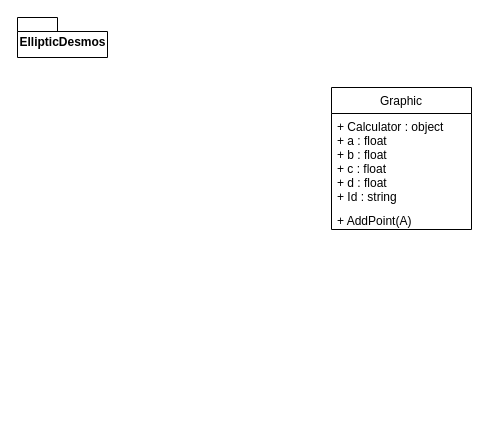
This is page "InterfaceGraphique" (1 of 3) of Untitled Diagram.drawio from 0xtter/ExplorateurElliptique, a draw.io file, before an edit. Source tidied: cells renumbered, new cells numbered last; positions are measured from the earlier drawing's top-left corner, leaving out a move shared by most shapes. Both pictures are drawn from the tidied source at 100%, with x=0, y=0 at pixel (17, 17).
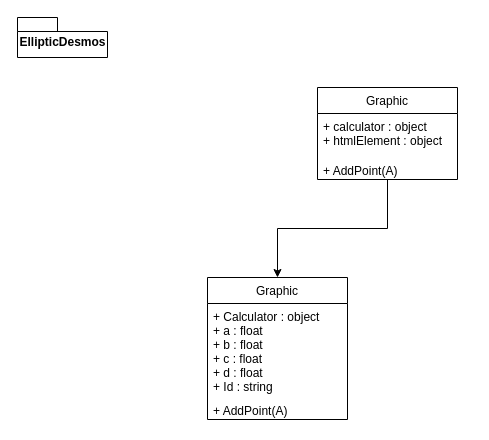
The same page after the edit.

Change to the diagram source:
```diff
@@
 <mxGraphModel>
   <root>
     <mxCell id="0" />
     <mxCell id="1" parent="0" />
     <mxCell id="2" value="EllipticDesmos" style="shape=folder;fontStyle=1;spacingTop=10;tabWidth=40;tabHeight=14;tabPosition=left;html=1;" parent="1" vertex="1">
       <mxGeometry width="90" height="40" as="geometry" />
     </mxCell>
+    <mxCell id="6" style="edgeStyle=orthogonalEdgeStyle;rounded=0;jettySize=auto;html=1;entryX=0.5;entryY=0;entryDx=0;entryDy=0;" parent="1" edge="1" source="3" target="7">
+      <mxGeometry relative="1" as="geometry" />
+    </mxCell>
     <mxCell id="3" value="Graphic" style="swimlane;fontStyle=0;horizontal=1;startSize=26;fillColor=none;" parent="1" vertex="1">
-      <mxGeometry x="314" y="70" width="140" height="142" as="geometry" />
+      <mxGeometry x="300" y="70" width="140" height="92" as="geometry" />
     </mxCell>
-    <mxCell id="4" value="+ Calculator : object&#10;+ a : float&#10;+ b : float&#10;+ c : float&#10;+ d : float&#10;+ Id : string" style="text;strokeColor=none;fillColor=none;align=left;verticalAlign=top;spacingLeft=4;spacingRight=4;overflow=hidden;" parent="3" vertex="1">
-      <mxGeometry y="26" width="140" height="94" as="geometry" />
+    <mxCell id="4" value="+ calculator : object&#10;+ htmlElement : object" style="text;strokeColor=none;fillColor=none;align=left;verticalAlign=top;spacingLeft=4;spacingRight=4;overflow=hidden;" parent="3" vertex="1">
+      <mxGeometry y="26" width="140" height="44" as="geometry" />
     </mxCell>
     <mxCell id="5" value="+ AddPoint(A) " style="text;strokeColor=none;fillColor=none;align=left;verticalAlign=top;spacingLeft=4;spacingRight=4;overflow=hidden;sketch=0;gradientColor=#B3FF66;rounded=0;glass=0;absoluteArcSize=0;" parent="3" vertex="1">
-      <mxGeometry y="120" width="140" height="22" as="geometry" />
+      <mxGeometry y="70" width="140" height="22" as="geometry" />
     </mxCell>
+    <mxCell id="7" value="Graphic" style="swimlane;fontStyle=0;horizontal=1;startSize=26;fillColor=none;" parent="1" vertex="1">
+      <mxGeometry x="190" y="260" width="140" height="142" as="geometry" />
+    </mxCell>
+    <mxCell id="8" value="+ Calculator : object&#10;+ a : float&#10;+ b : float&#10;+ c : float&#10;+ d : float&#10;+ Id : string" style="text;strokeColor=none;fillColor=none;align=left;verticalAlign=top;spacingLeft=4;spacingRight=4;overflow=hidden;" parent="7" vertex="1">
+      <mxGeometry y="26" width="140" height="94" as="geometry" />
+    </mxCell>
+    <mxCell id="9" value="+ AddPoint(A) " style="text;strokeColor=none;fillColor=none;align=left;verticalAlign=top;spacingLeft=4;spacingRight=4;overflow=hidden;sketch=0;gradientColor=#B3FF66;rounded=0;glass=0;absoluteArcSize=0;" parent="7" vertex="1">
+      <mxGeometry y="120" width="140" height="22" as="geometry" />
+    </mxCell>
   </root>
 </mxGraphModel>
```
